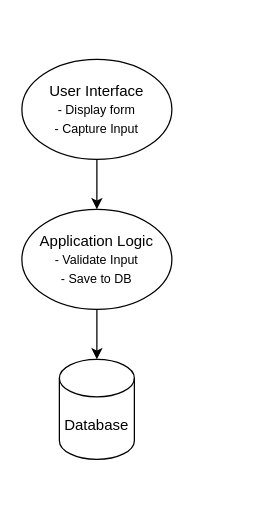
Earlier version of the draw.io diagram DFD Level 1.drawio (tiagorcfortunato/Case-Implementation-ASD). Source tidied: cells renumbered, new cells numbered last; positions are measured from the earlier drawing's top-left corner, leaving out a move shared by most shapes. Both pictures are drawn from the tidied source at 125%, with x=0, y=0 at pixel (21, 59).
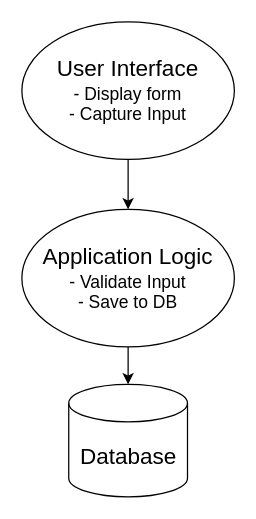
After the change.

Diff of the diagram source:
```diff
@@
 <mxGraphModel>
   <root>
     <mxCell id="0" />
     <mxCell id="1" parent="0" />
-    <mxCell id="2" style="edgeStyle=orthogonalEdgeStyle;rounded=0;jettySize=auto;html=1;" parent="1" edge="1" source="3">
-      <mxGeometry relative="1" as="geometry">
-        <mxPoint x="60" y="120" as="targetPoint" />
-      </mxGeometry>
-    </mxCell>
+    <mxCell id="7" style="edgeStyle=orthogonalEdgeStyle;rounded=0;jettySize=auto;html=1;" parent="1" edge="1" source="3" target="5">
+      <mxGeometry relative="1" as="geometry" />
+    </mxCell>
-    <mxCell id="3" value="User Interface&lt;br&gt;&lt;font style=&quot;font-size: 10px;&quot;&gt;- Display form&lt;br&gt;- Capture Input&lt;/font&gt;" style="ellipse;whiteSpace=wrap;html=1;" parent="1" vertex="1">
-      <mxGeometry width="120" height="80" as="geometry" />
+    <mxCell id="3" value="&lt;font style=&quot;&quot;&gt;&lt;span style=&quot;font-size: 18px;&quot;&gt;User Interface&lt;/span&gt;&lt;br&gt;&lt;font style=&quot;font-size: 14px;&quot;&gt;- Display form&lt;br&gt;- Capture Input&lt;/font&gt;&lt;/font&gt;" style="ellipse;whiteSpace=wrap;html=1;" parent="1" vertex="1">
+      <mxGeometry y="-30" width="170" height="110" as="geometry" />
     </mxCell>
-    <mxCell id="4" style="edgeStyle=orthogonalEdgeStyle;rounded=0;jettySize=auto;html=1;" parent="1" edge="1" source="5">
-      <mxGeometry relative="1" as="geometry">
-        <mxPoint x="60" y="240" as="targetPoint" />
-      </mxGeometry>
-    </mxCell>
+    <mxCell id="6" value="&lt;font style=&quot;font-size: 18px;&quot;&gt;Database&lt;/font&gt;" style="shape=cylinder3;whiteSpace=wrap;html=1;boundedLbl=1;backgroundOutline=1;size=15;" parent="1" vertex="1">
+      <mxGeometry x="37.5" y="260" width="95" height="90" as="geometry" />
+    </mxCell>
+    <mxCell id="8" style="edgeStyle=orthogonalEdgeStyle;rounded=0;jettySize=auto;html=1;" parent="1" edge="1" source="5" target="6">
+      <mxGeometry relative="1" as="geometry" />
+    </mxCell>
-    <mxCell id="5" value="Application Logic&lt;br&gt;&lt;font style=&quot;font-size: 10px;&quot;&gt;- Validate Input&lt;br&gt;- Save to DB&lt;/font&gt;" style="ellipse;whiteSpace=wrap;html=1;" parent="1" vertex="1">
-      <mxGeometry y="120" width="120" height="80" as="geometry" />
+    <mxCell id="5" value="&lt;font style=&quot;&quot;&gt;&lt;span style=&quot;font-size: 18px;&quot;&gt;Application Logic&lt;/span&gt;&lt;br style=&quot;&quot;&gt;&lt;font style=&quot;font-size: 14px;&quot;&gt;- Validate Input&lt;br&gt;- Save to DB&lt;/font&gt;&lt;/font&gt;" style="ellipse;whiteSpace=wrap;html=1;" parent="1" vertex="1">
+      <mxGeometry y="120" width="170" height="110" as="geometry" />
     </mxCell>
-    <mxCell id="6" value="Database" style="shape=cylinder3;whiteSpace=wrap;html=1;boundedLbl=1;backgroundOutline=1;size=15;" parent="1" vertex="1">
-      <mxGeometry x="30" y="240" width="60" height="80" as="geometry" />
-    </mxCell>
   </root>
 </mxGraphModel>
```
